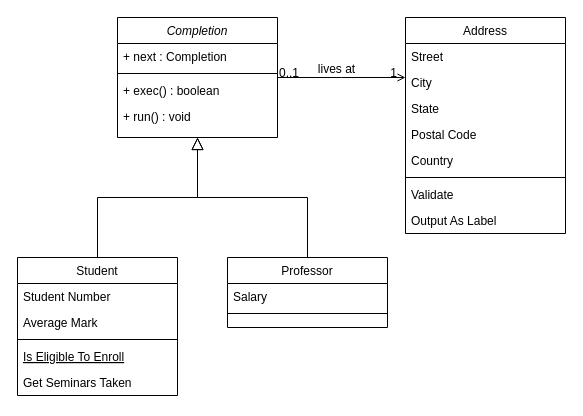
The draw.io diagram cf1.drawio in keep-moving-free/keep-moving-free, before the edit. Source tidied: cells renumbered, new cells numbered last; positions are measured from the earlier drawing's top-left corner, leaving out a move shared by most shapes. Both pictures are drawn from the tidied source at 100%, with x=0, y=0 at pixel (17, 17).
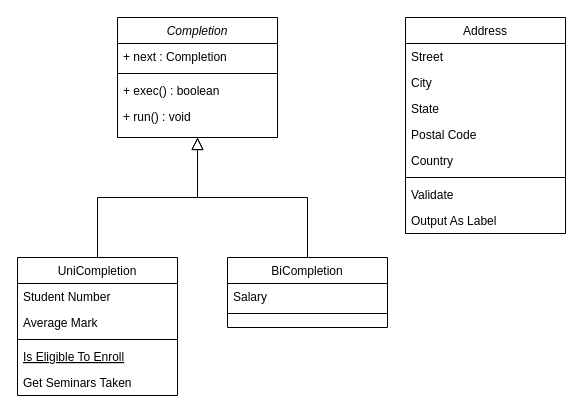
Above is the later version.

Unchanged cells that the change refers to:
```xml
<mxCell id="2" value="Completion" style="swimlane;fontStyle=2;align=center;verticalAlign=top;horizontal=1;startSize=26;rounded=0;shadow=0;strokeWidth=1;" parent="1" vertex="1">
  <mxGeometry x="100" width="160" height="120" as="geometry" />
</mxCell>
<mxCell id="18" value="Address" style="swimlane;fontStyle=0;align=center;verticalAlign=top;horizontal=1;startSize=26;rounded=0;shadow=0;strokeWidth=1;" parent="1" vertex="1">
  <mxGeometry x="388" width="160" height="216" as="geometry" />
</mxCell>
```

What changed in the source:
```diff
@@
-    <mxCell id="7" value="Student" style="swimlane;fontStyle=0;align=center;verticalAlign=top;horizontal=1;startSize=26;rounded=0;shadow=0;strokeWidth=1;" parent="1" vertex="1">
+    <mxCell id="7" value="UniCompletion" style="swimlane;fontStyle=0;align=center;verticalAlign=top;horizontal=1;startSize=26;rounded=0;shadow=0;strokeWidth=1;" parent="1" vertex="1">
       <mxGeometry y="240" width="160" height="138" as="geometry" />
     </mxCell>
@@
-    <mxCell id="14" value="Professor" style="swimlane;fontStyle=0;align=center;verticalAlign=top;horizontal=1;startSize=26;rounded=0;shadow=0;strokeWidth=1;" parent="1" vertex="1">
+    <mxCell id="14" value="BiCompletion" style="swimlane;fontStyle=0;align=center;verticalAlign=top;horizontal=1;startSize=26;rounded=0;shadow=0;strokeWidth=1;" parent="1" vertex="1">
       <mxGeometry x="210" y="240" width="160" height="70" as="geometry" />
     </mxCell>
@@
-    <mxCell id="27" style="endArrow=open;shadow=0;strokeWidth=1;rounded=0;endFill=1;edgeStyle=elbowEdgeStyle;elbow=vertical;" parent="1" edge="1" source="2" target="18">
-      <mxGeometry x="0.5" y="41" relative="1" as="geometry">
-        <mxPoint x="-40" y="32" as="offset" />
-      </mxGeometry>
-    </mxCell>
-    <mxCell id="28" value="0..1" style="align=left;verticalAlign=bottom;labelBackgroundColor=none;fontSize=12;" parent="27" vertex="1">
-      <mxGeometry x="-1" relative="1" as="geometry">
-        <mxPoint y="4" as="offset" />
-      </mxGeometry>
-    </mxCell>
-    <mxCell id="29" value="1" style="align=right;verticalAlign=bottom;labelBackgroundColor=none;fontSize=12;" parent="27" vertex="1">
-      <mxGeometry x="1" relative="1" as="geometry">
-        <mxPoint x="-7" y="4" as="offset" />
-      </mxGeometry>
-    </mxCell>
-    <mxCell id="30" value="lives at" style="text;html=1;align=center;verticalAlign=middle;labelBackgroundColor=none;rounded=0;shadow=0;strokeWidth=1;fontSize=12;" parent="27" vertex="1">
-      <mxGeometry x="0.5" y="49" relative="1" as="geometry">
-        <mxPoint x="-38" y="40" as="offset" />
-      </mxGeometry>
-    </mxCell>
```
